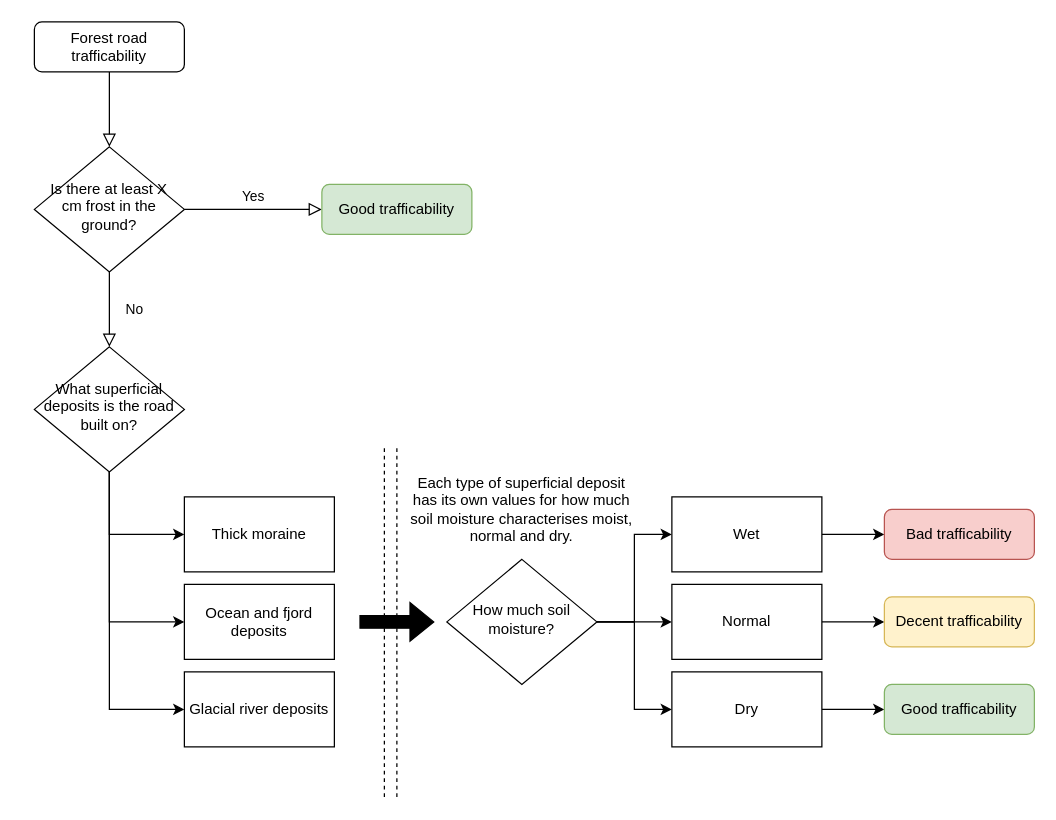
skogkursbachelor/diagrams keeps this draw.io diagram as roadclassification.drawio. Above is the earlier version. Source tidied: cells renumbered, new cells numbered last; positions are measured from the earlier drawing's top-left corner, leaving out a move shared by most shapes. Both pictures are drawn from the tidied source at 125%, with x=0, y=0 at pixel (34, 21).
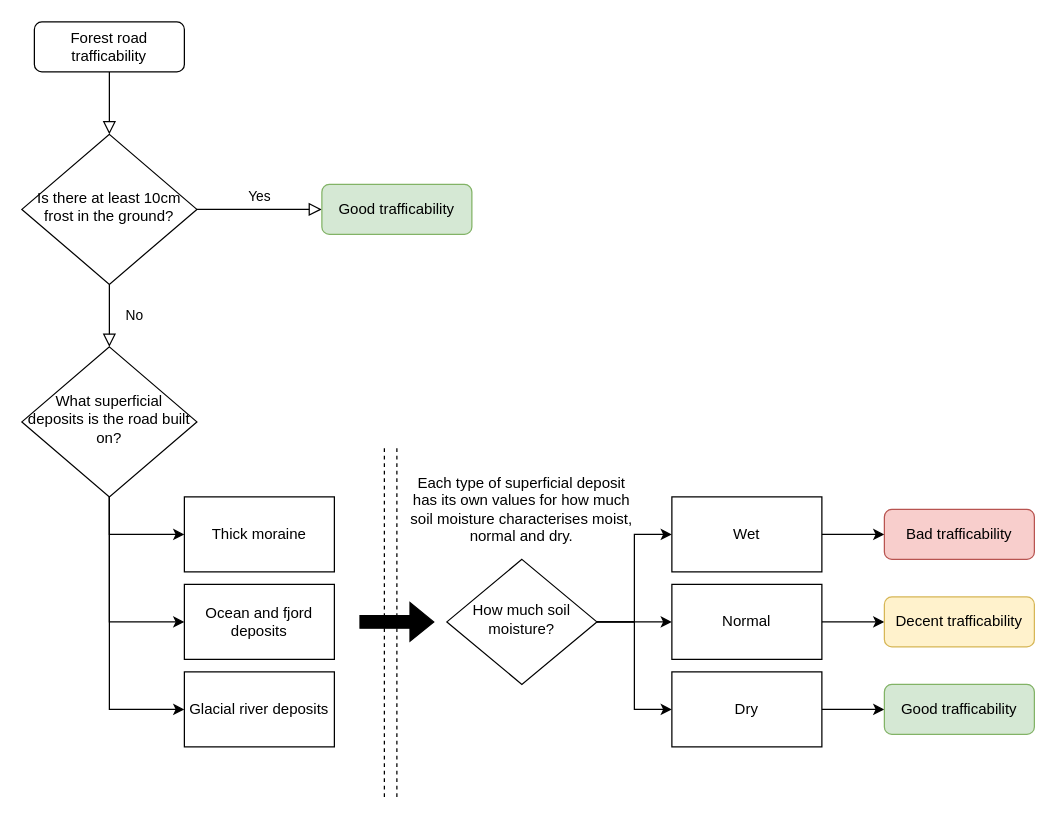
The same page after the edit.

Change to the diagram source:
```diff
@@
-    <mxCell id="6" value="Is there at least X cm frost in the ground?" style="rhombus;whiteSpace=wrap;shadow=0;fontFamily=Helvetica;fontSize=12;align=center;strokeWidth=1;spacing=6;spacingTop=-4;html=1;" parent="1" vertex="1">
-      <mxGeometry y="100" width="120" height="100" as="geometry" />
+    <mxCell id="6" value="&lt;font&gt;Is there at least 10cm frost in the ground?&lt;/font&gt;" style="rhombus;whiteSpace=wrap;shadow=0;fontFamily=Helvetica;fontSize=12;align=center;strokeWidth=1;spacing=6;spacingTop=-4;html=1;" parent="1" vertex="1">
+      <mxGeometry x="-10" y="90" width="140" height="120" as="geometry" />
     </mxCell>
@@
-    <mxCell id="11" value="What superficial deposits is the road built on?" style="rhombus;shadow=0;fontFamily=Helvetica;fontSize=12;align=center;strokeWidth=1;spacing=6;spacingTop=-4;rounded=0;arcSize=0;whiteSpace=wrap;html=1;" parent="1" vertex="1">
-      <mxGeometry y="260" width="120" height="100" as="geometry" />
+    <mxCell id="11" value="&lt;font&gt;What superficial deposits is the road built on?&lt;/font&gt;" style="rhombus;shadow=0;fontFamily=Helvetica;fontSize=12;align=center;strokeWidth=1;spacing=6;spacingTop=-4;rounded=0;arcSize=0;whiteSpace=wrap;html=1;" parent="1" vertex="1">
+      <mxGeometry x="-10" y="260" width="140" height="120" as="geometry" />
     </mxCell>
```
